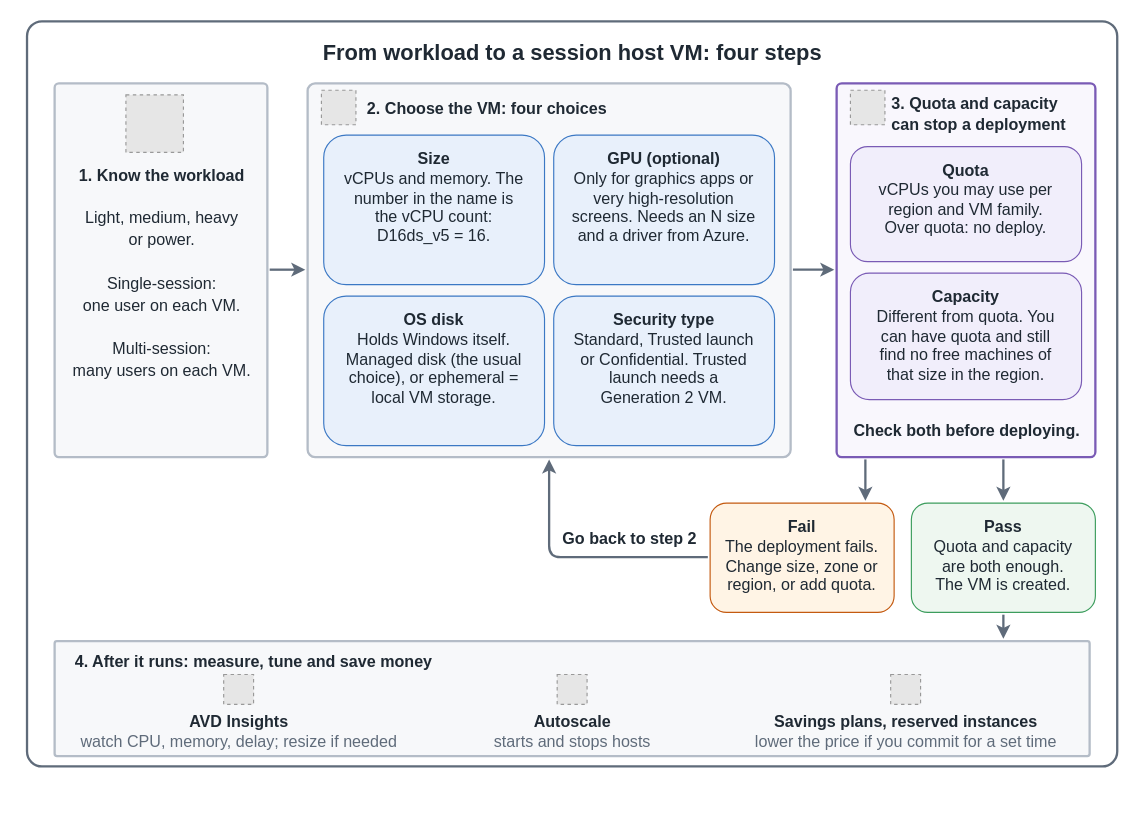
This is src/img/avd/AVD-Session-Host-VM-Size.drawio from AddySidd27/cloud-ai-notes, a draw.io file, before an edit. Source tidied: cells renumbered, new cells numbered last; positions are measured from the earlier drawing's top-left corner, leaving out a move shared by most shapes. Both pictures are drawn from the tidied source at 115%, with x=0, y=0 at pixel (20, 21). Pictures stored in the file or linked from it are replaced by grey dashed boxes.
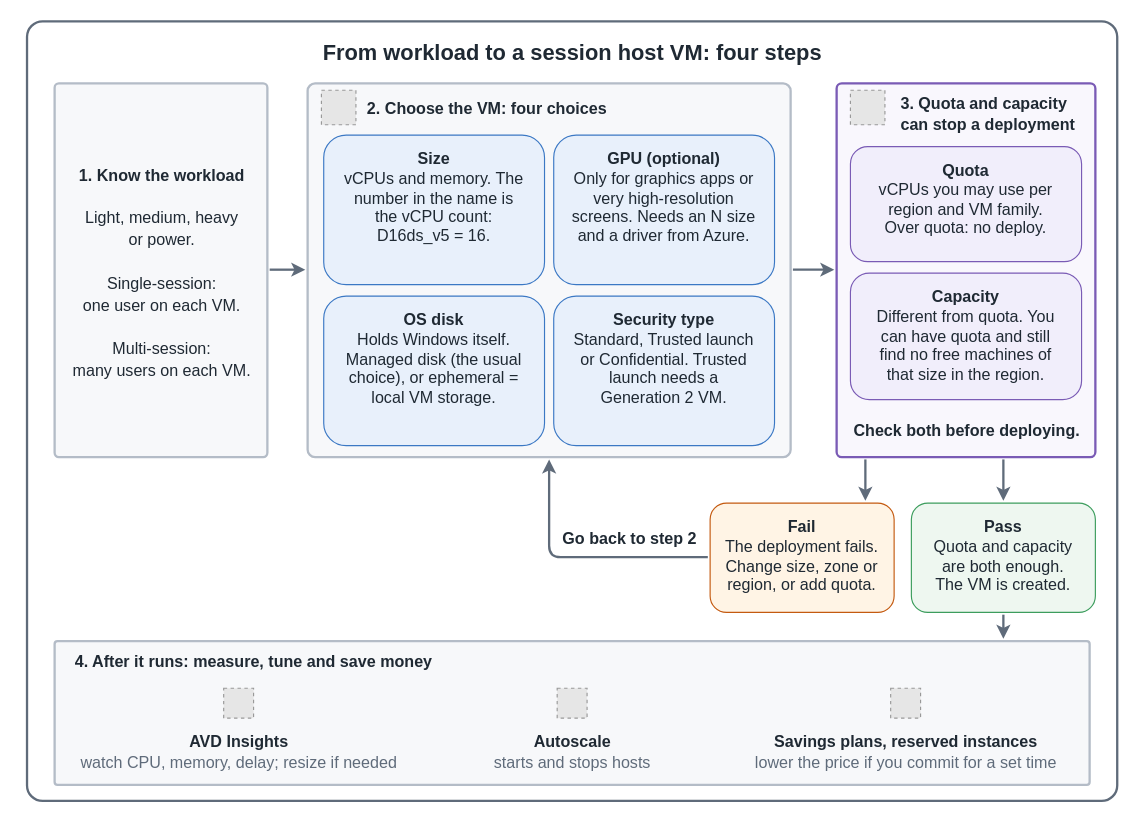
Above is the later version.

Diff of the diagram source:
```diff
@@
     <mxCell id="2" style="rounded=1;arcSize=2;html=1;fillColor=#ffffff;strokeColor=#5f6b7a;strokeWidth=2;" parent="1" vertex="1">
-      <mxGeometry x="6" width="948" height="648" as="geometry" />
+      <mxGeometry x="6" width="948" height="678" as="geometry" />
     </mxCell>
@@
-    <mxCell id="5" style="fillColor=#E6E6E6;strokeColor=#999999;dashed=1;html=1;" parent="1" vertex="1">
-      <mxGeometry x="92" y="64" width="50" height="50" as="geometry" />
-    </mxCell>
@@
     <mxCell id="24" value="&lt;b&gt;3. Quota and capacity&lt;/b&gt;" style="text;html=1;align=left;verticalAlign=middle;fontSize=14;fontColor=#1f2933;" parent="1" vertex="1">
-      <mxGeometry x="756" y="60" width="175" height="24" as="geometry" />
+      <mxGeometry x="764" y="60" width="167" height="24" as="geometry" />
     </mxCell>
     <mxCell id="25" value="&lt;b&gt;can stop a deployment&lt;/b&gt;" style="text;html=1;align=left;verticalAlign=middle;fontSize=14;fontColor=#1f2933;" parent="1" vertex="1">
-      <mxGeometry x="756" y="78" width="175" height="24" as="geometry" />
+      <mxGeometry x="764" y="78" width="167" height="24" as="geometry" />
     </mxCell>
@@
     <mxCell id="38" style="rounded=1;arcSize=2;html=1;fillColor=#f7f8fa;strokeColor=#b4bcc7;strokeWidth=2;" parent="1" vertex="1">
-      <mxGeometry x="30" y="539" width="900" height="100" as="geometry" />
+      <mxGeometry x="30" y="539" width="900" height="125" as="geometry" />
     </mxCell>
@@
     <mxCell id="40" style="fillColor=#E6E6E6;strokeColor=#999999;dashed=1;html=1;" parent="1" vertex="1">
-      <mxGeometry x="177" y="568" width="26" height="26" as="geometry" />
+      <mxGeometry x="177" y="580" width="26" height="26" as="geometry" />
     </mxCell>
     <mxCell id="41" value="&lt;b&gt;AVD Insights&lt;/b&gt;" style="text;html=1;align=center;verticalAlign=middle;fontSize=14;fontColor=#1f2933;" parent="1" vertex="1">
-      <mxGeometry x="45" y="597" width="290" height="24" as="geometry" />
+      <mxGeometry x="45" y="615" width="290" height="24" as="geometry" />
     </mxCell>
     <mxCell id="42" value="watch CPU, memory, delay; resize if needed" style="text;html=1;align=center;verticalAlign=middle;fontSize=14;fontColor=#5f6b7a;" parent="1" vertex="1">
-      <mxGeometry x="45" y="615" width="290" height="24" as="geometry" />
+      <mxGeometry x="45" y="633" width="290" height="24" as="geometry" />
     </mxCell>
     <mxCell id="43" style="fillColor=#E6E6E6;strokeColor=#999999;dashed=1;html=1;" parent="1" vertex="1">
-      <mxGeometry x="467" y="568" width="26" height="26" as="geometry" />
+      <mxGeometry x="467" y="580" width="26" height="26" as="geometry" />
     </mxCell>
     <mxCell id="44" value="&lt;b&gt;Autoscale&lt;/b&gt;" style="text;html=1;align=center;verticalAlign=middle;fontSize=14;fontColor=#1f2933;" parent="1" vertex="1">
-      <mxGeometry x="335" y="597" width="290" height="24" as="geometry" />
+      <mxGeometry x="335" y="615" width="290" height="24" as="geometry" />
     </mxCell>
     <mxCell id="45" value="starts and stops hosts" style="text;html=1;align=center;verticalAlign=middle;fontSize=14;fontColor=#5f6b7a;" parent="1" vertex="1">
-      <mxGeometry x="335" y="615" width="290" height="24" as="geometry" />
+      <mxGeometry x="335" y="633" width="290" height="24" as="geometry" />
     </mxCell>
     <mxCell id="46" style="fillColor=#E6E6E6;strokeColor=#999999;dashed=1;html=1;" parent="1" vertex="1">
-      <mxGeometry x="757" y="568" width="26" height="26" as="geometry" />
+      <mxGeometry x="757" y="580" width="26" height="26" as="geometry" />
     </mxCell>
     <mxCell id="47" value="&lt;b&gt;Savings plans, reserved instances&lt;/b&gt;" style="text;html=1;align=center;verticalAlign=middle;fontSize=14;fontColor=#1f2933;" parent="1" vertex="1">
-      <mxGeometry x="625" y="597" width="290" height="24" as="geometry" />
+      <mxGeometry x="625" y="615" width="290" height="24" as="geometry" />
     </mxCell>
     <mxCell id="48" value="lower the price if you commit for a set time" style="text;html=1;align=center;verticalAlign=middle;fontSize=14;fontColor=#5f6b7a;" parent="1" vertex="1">
-      <mxGeometry x="625" y="615" width="290" height="24" as="geometry" />
+      <mxGeometry x="625" y="633" width="290" height="24" as="geometry" />
     </mxCell>
```
